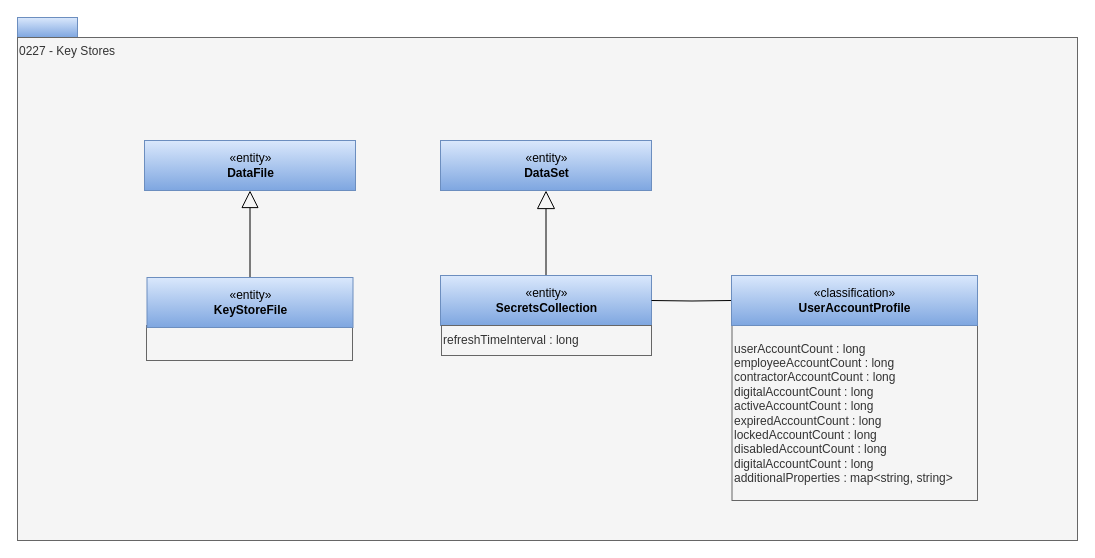
Above: page "0227-Keystores" (17 of 26) of site/docs/types/2/area-2-assets.drawio in odpi/egeria-docs (draw.io), before the change. Source tidied: cells renumbered, new cells numbered last; positions are measured from the earlier drawing's top-left corner, leaving out a move shared by most shapes. Both pictures are drawn from the tidied source at 100%, with x=0, y=0 at pixel (17, 17).
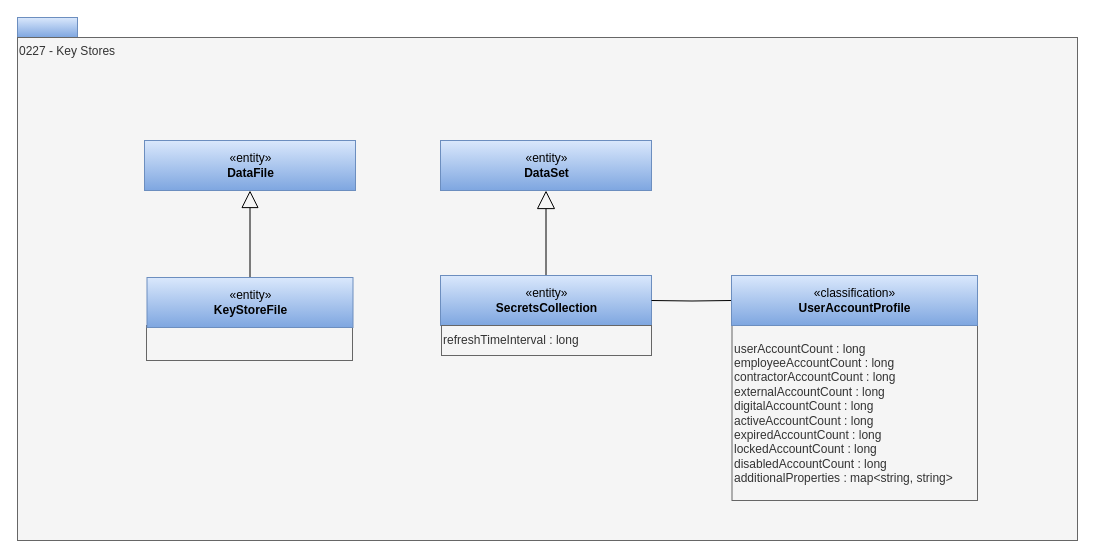
The same page after the edit.

Diff of the diagram source:
```diff
@@
 <mxGraphModel>
   <root>
     <mxCell id="0" />
     <mxCell id="1" parent="0" />
     <mxCell id="2" style="rounded=0;whiteSpace=wrap;html=1;align=left;fillColor=#dae8fc;strokeColor=#6c8ebf;gradientColor=#7ea6e0;" parent="1" vertex="1">
       <mxGeometry width="60" height="20" as="geometry" />
     </mxCell>
     <mxCell id="3" value="0227 - Key Stores" style="rounded=0;whiteSpace=wrap;html=1;align=left;verticalAlign=top;fillColor=#f5f5f5;fontColor=#333333;strokeColor=#666666;" parent="1" vertex="1">
       <mxGeometry y="20" width="1060" height="503" as="geometry" />
     </mxCell>
     <mxCell id="4" style="edgeStyle=orthogonalEdgeStyle;rounded=0;jettySize=auto;html=1;exitX=0.5;exitY=0;exitDx=0;exitDy=0;endArrow=block;endFill=0;endSize=16;" parent="1" edge="1" source="5" target="7">
       <mxGeometry relative="1" as="geometry" />
     </mxCell>
     <mxCell id="5" value="«entity»&lt;br&gt;&lt;b&gt;SecretsCollection&lt;/b&gt;" style="html=1;strokeColor=#6c8ebf;align=center;fillColor=#dae8fc;gradientColor=#7ea6e0;" parent="1" vertex="1">
       <mxGeometry x="423" y="258" width="211" height="50" as="geometry" />
     </mxCell>
     <mxCell id="6" value="refreshTimeInterval : long" style="rounded=0;whiteSpace=wrap;html=1;strokeColor=#666666;align=left;fillColor=#f5f5f5;fontColor=#333333;" parent="1" vertex="1">
       <mxGeometry x="424" y="308" width="210" height="30" as="geometry" />
     </mxCell>
     <mxCell id="7" value="«entity»&lt;br&gt;&lt;b&gt;DataSet&lt;/b&gt;" style="html=1;strokeColor=#6c8ebf;align=center;fillColor=#dae8fc;gradientColor=#7ea6e0;" parent="1" vertex="1">
       <mxGeometry x="423" y="123" width="211" height="50" as="geometry" />
     </mxCell>
     <mxCell id="8" style="rounded=0;whiteSpace=wrap;html=1;strokeColor=#666666;align=left;fillColor=#f5f5f5;fontColor=#333333;" parent="1" vertex="1">
       <mxGeometry x="129" y="308" width="206" height="35" as="geometry" />
     </mxCell>
     <mxCell id="9" style="edgeStyle=orthogonalEdgeStyle;rounded=0;jettySize=auto;html=1;exitX=0.5;exitY=0;exitDx=0;exitDy=0;endArrow=block;endFill=0;endSize=15;" parent="1" edge="1" source="10" target="11">
       <mxGeometry relative="1" as="geometry" />
     </mxCell>
     <mxCell id="10" value="«entity»&lt;br&gt;&lt;b&gt;KeyStoreFile&lt;/b&gt;" style="html=1;strokeColor=#6c8ebf;align=center;fillColor=#dae8fc;gradientColor=#7ea6e0;" parent="1" vertex="1">
       <mxGeometry x="129.5" y="260" width="206" height="50" as="geometry" />
     </mxCell>
     <mxCell id="11" value="«entity»&lt;br&gt;&lt;b&gt;DataFile&lt;/b&gt;" style="html=1;strokeColor=#6c8ebf;align=center;fillColor=#dae8fc;gradientColor=#7ea6e0;" parent="1" vertex="1">
       <mxGeometry x="127" y="123" width="211" height="50" as="geometry" />
     </mxCell>
     <mxCell id="12" style="edgeStyle=orthogonalEdgeStyle;rounded=0;jettySize=auto;html=1;exitX=1;exitY=0.5;exitDx=0;exitDy=0;entryX=0;entryY=0.5;entryDx=0;entryDy=0;endArrow=none;endFill=0;" parent="1" edge="1" target="14">
       <mxGeometry relative="1" as="geometry">
         <mxPoint x="634" y="283" as="sourcePoint" />
       </mxGeometry>
     </mxCell>
-    <mxCell id="13" value="userAccountCount : long&lt;br&gt;employeeAccountCount : long&lt;div&gt;contractorAccountCount : long&lt;/div&gt;&lt;div&gt;digitalAccountCount : long&lt;/div&gt;&lt;div&gt;activeAccountCount : long&lt;/div&gt;&lt;div&gt;expiredAccountCount : long&lt;/div&gt;&lt;div&gt;lockedAccountCount : long&lt;/div&gt;&lt;div&gt;d&lt;span style=&quot;background-color: transparent; color: light-dark(rgb(51, 51, 51), rgb(193, 193, 193));&quot;&gt;i&lt;/span&gt;&lt;span style=&quot;background-color: transparent; color: light-dark(rgb(51, 51, 51), rgb(193, 193, 193));&quot;&gt;s&lt;/span&gt;&lt;span style=&quot;background-color: transparent; color: light-dark(rgb(51, 51, 51), rgb(193, 193, 193));&quot;&gt;abledAccountCount : long&lt;/span&gt;&lt;/div&gt;&lt;div&gt;digitalAccountCount : long&lt;br&gt;additionalProperties : map&amp;lt;string, string&amp;gt;&lt;/div&gt;" style="rounded=0;whiteSpace=wrap;html=1;strokeColor=#666666;align=left;fillColor=#f5f5f5;fontColor=#333333;" parent="1" vertex="1">
+    <mxCell id="13" value="userAccountCount : long&lt;br&gt;employeeAccountCount : long&lt;div&gt;contractorAccountCount : long&lt;/div&gt;&lt;div&gt;externalAccountCount : long&lt;/div&gt;&lt;div&gt;&lt;span style=&quot;background-color: transparent; color: light-dark(rgb(51, 51, 51), rgb(193, 193, 193));&quot;&gt;digitalAccountCount : long&lt;/span&gt;&lt;/div&gt;&lt;div&gt;activeAccountCount : long&lt;/div&gt;&lt;div&gt;expiredAccountCount : long&lt;/div&gt;&lt;div&gt;lockedAccountCount : long&lt;/div&gt;&lt;div&gt;d&lt;span style=&quot;background-color: transparent; color: light-dark(rgb(51, 51, 51), rgb(193, 193, 193));&quot;&gt;i&lt;/span&gt;&lt;span style=&quot;background-color: transparent; color: light-dark(rgb(51, 51, 51), rgb(193, 193, 193));&quot;&gt;s&lt;/span&gt;&lt;span style=&quot;background-color: transparent; color: light-dark(rgb(51, 51, 51), rgb(193, 193, 193));&quot;&gt;abledAccountCount : long&lt;/span&gt;&lt;/div&gt;&lt;div&gt;additionalProperties : map&amp;lt;string, string&amp;gt;&lt;/div&gt;" style="rounded=0;whiteSpace=wrap;html=1;strokeColor=#666666;align=left;fillColor=#f5f5f5;fontColor=#333333;" parent="1" vertex="1">
       <mxGeometry x="714.5" y="308" width="245.5" height="175" as="geometry" />
     </mxCell>
     <mxCell id="14" value="«classification»&lt;br&gt;&lt;b&gt;UserAccountProfile&lt;/b&gt;" style="html=1;strokeColor=#6c8ebf;align=center;fillColor=#dae8fc;gradientColor=#7ea6e0;" parent="1" vertex="1">
       <mxGeometry x="714" y="258" width="246" height="50" as="geometry" />
     </mxCell>
   </root>
 </mxGraphModel>
```
